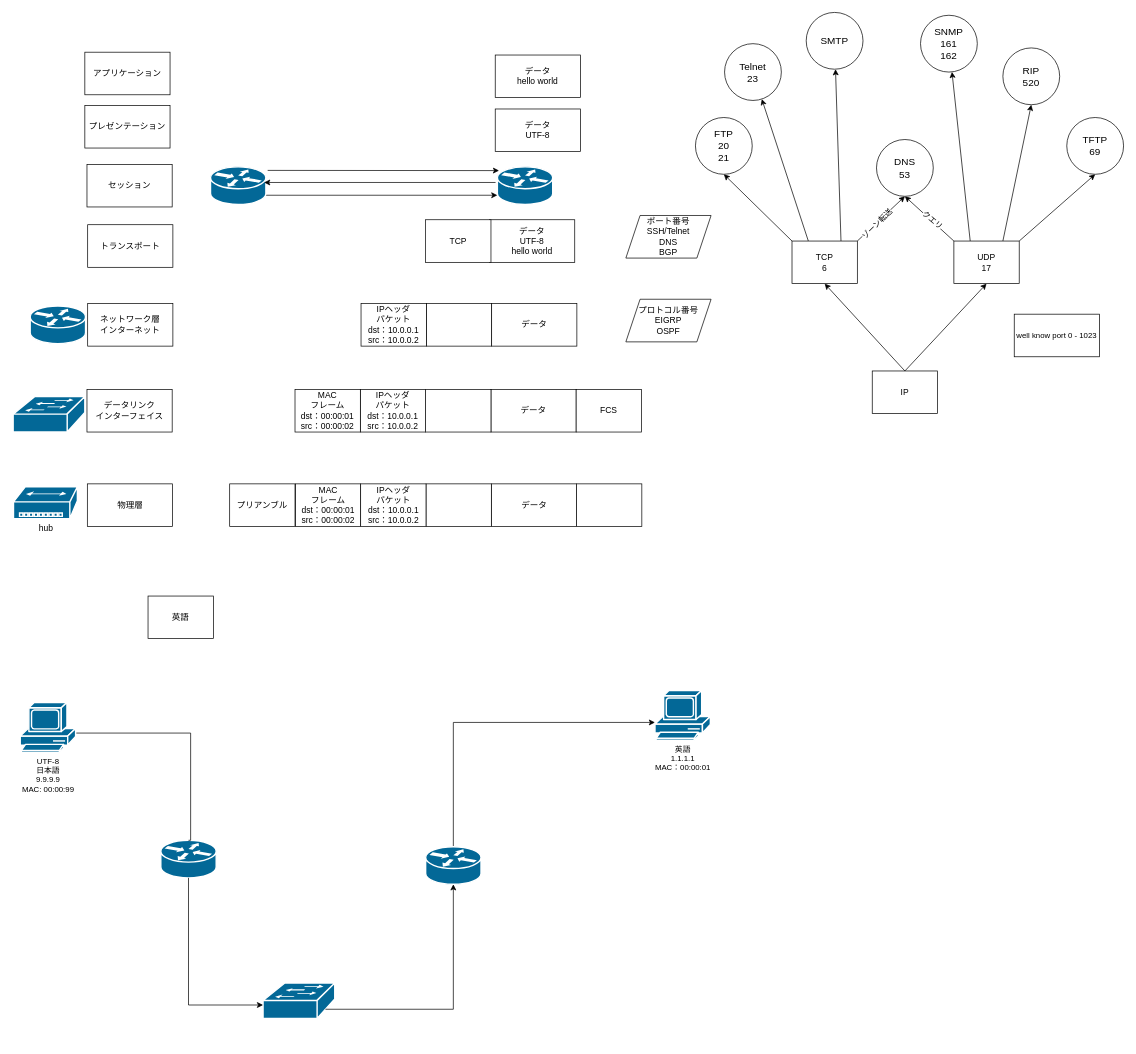
kyforprogram/ccna keeps this draw.io diagram as カプセル化（フレーミング）.drawio. Above is the earlier version. Source tidied: cells renumbered, new cells numbered last; positions are measured from the earlier drawing's top-left corner, leaving out a move shared by most shapes. Both pictures are drawn from the tidied source at 71%, with x=0, y=0 at pixel (13, 12).
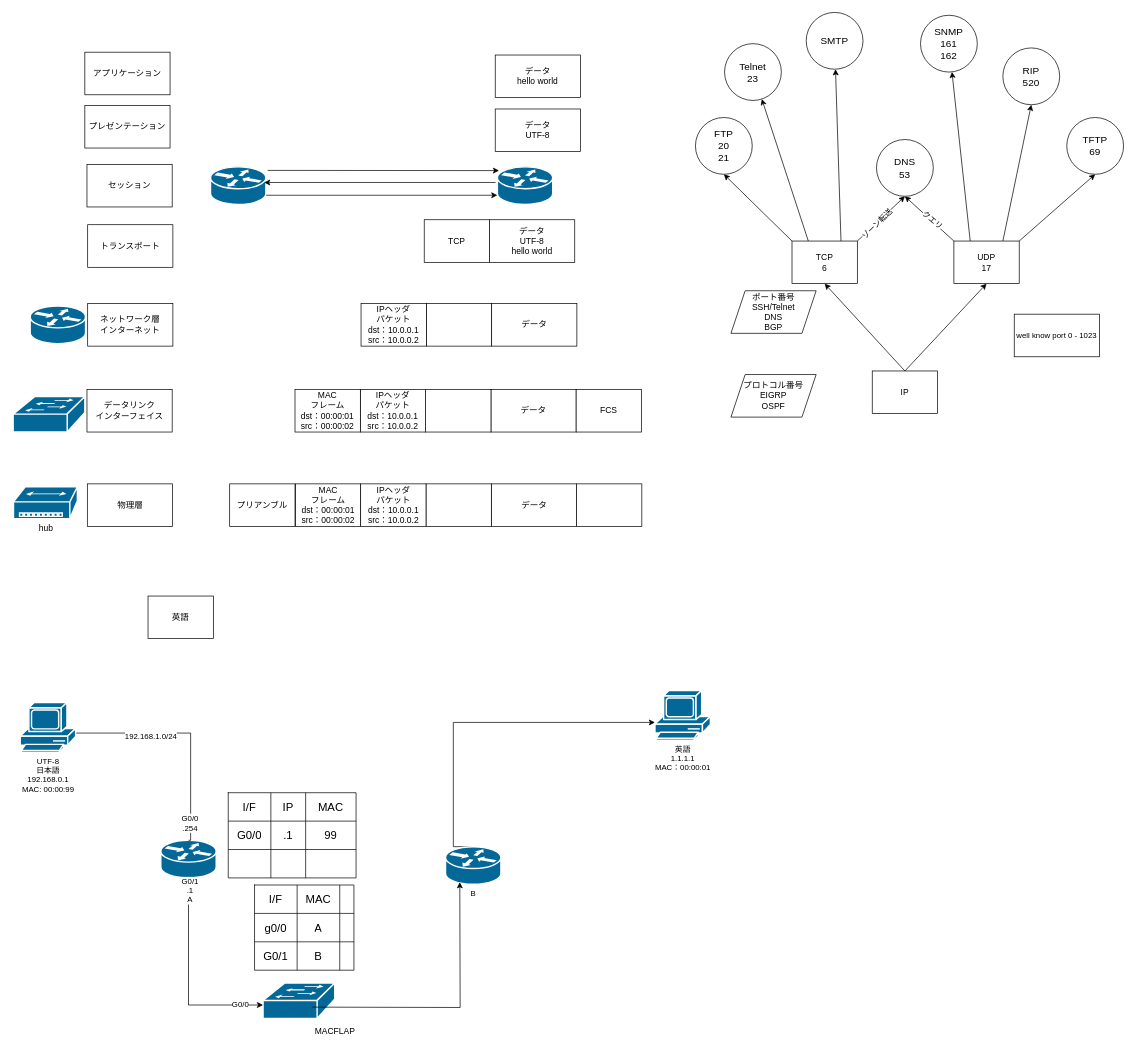
After the change.

Commit message:
カプセル化（フレーミング）.drawio を更新します

The change refers to these unchanged cells:
```xml
<mxCell id="57" style="edgeStyle=orthogonalEdgeStyle;rounded=0;jettySize=auto;html=1;exitX=0.5;exitY=0;exitDx=0;exitDy=0;exitPerimeter=0;strokeColor=default;align=center;verticalAlign=middle;fontFamily=Helvetica;fontSize=11;fontColor=default;labelBackgroundColor=default;endArrow=none;endFill=0;entryX=0.5;entryY=0;entryDx=0;entryDy=0;entryPerimeter=0;" parent="1" edge="1" source="58" target="54">
  <mxGeometry relative="1" as="geometry">
    <Array as="points">
      <mxPoint x="50" y="972" />
      <mxPoint x="50" y="1015" />
      <mxPoint x="250" y="1015" />
      <mxPoint x="250" y="1166" />
    </Array>
  </mxGeometry>
</mxCell>
<mxCell id="60" style="shape=mxgraph.cisco.switches.workgroup_switch;sketch=0;html=1;dashed=0;fillColor=#036897;strokeColor=#ffffff;strokeWidth=2;verticalLabelPosition=bottom;verticalAlign=top;align=center;outlineConnect=0;fontFamily=Helvetica;fontSize=11;fontColor=default;" parent="1" vertex="1">
  <mxGeometry x="352" y="1367" width="101" height="50" as="geometry" />
</mxCell>
<mxCell id="61" style="edgeStyle=orthogonalEdgeStyle;rounded=0;jettySize=auto;html=1;exitX=0.5;exitY=1;exitDx=0;exitDy=0;exitPerimeter=0;strokeColor=default;align=center;verticalAlign=middle;fontFamily=Helvetica;fontSize=11;fontColor=default;labelBackgroundColor=default;endArrow=classic;" parent="1" edge="1" source="54" target="60">
  <mxGeometry relative="1" as="geometry">
    <Array as="points">
      <mxPoint x="247" y="1398" />
    </Array>
  </mxGeometry>
</mxCell>
```

Change to the diagram source:
```diff
@@
     <mxCell id="4" value="TCP" style="whiteSpace=wrap;html=1;" parent="1" vertex="1">
-      <mxGeometry x="581" y="292" width="92" height="60" as="geometry" />
+      <mxGeometry x="579" y="292" width="92" height="60" as="geometry" />
     </mxCell>
@@
     <mxCell id="27" value="プロトコル番号&lt;br&gt;EIGRP&lt;br&gt;OSPF" style="shape=parallelogram;perimeter=parallelogramPerimeter;whiteSpace=wrap;html=1;fixedSize=1;" parent="1" vertex="1">
-      <mxGeometry x="863" y="404" width="120" height="60" as="geometry" />
+      <mxGeometry x="1011" y="510" width="120" height="60" as="geometry" />
     </mxCell>
     <mxCell id="28" value="ポート番号&lt;br&gt;SSH/Telnet&lt;br&gt;DNS&lt;br&gt;BGP" style="shape=parallelogram;perimeter=parallelogramPerimeter;whiteSpace=wrap;html=1;fixedSize=1;" parent="1" vertex="1">
-      <mxGeometry x="863" y="286" width="120" height="60" as="geometry" />
+      <mxGeometry x="1011" y="392" width="120" height="60" as="geometry" />
     </mxCell>
@@
-    <mxCell id="56" style="shape=mxgraph.cisco.routers.router;sketch=0;html=1;dashed=0;fillColor=#036897;strokeColor=#ffffff;strokeWidth=2;verticalLabelPosition=bottom;verticalAlign=top;align=center;outlineConnect=0;fontFamily=Helvetica;fontSize=11;fontColor=default;" parent="1" vertex="1">
-      <mxGeometry x="581" y="1175" width="78" height="53" as="geometry" />
+    <mxCell id="56" value="&lt;div&gt;B&lt;/div&gt;&lt;div&gt;&lt;br&gt;&lt;/div&gt;" style="shape=mxgraph.cisco.routers.router;sketch=0;html=1;dashed=0;fillColor=#036897;strokeColor=#ffffff;strokeWidth=2;verticalLabelPosition=bottom;verticalAlign=top;align=center;outlineConnect=0;fontFamily=Helvetica;fontSize=11;fontColor=default;" parent="1" vertex="1">
+      <mxGeometry x="609" y="1175" width="78" height="53" as="geometry" />
     </mxCell>
@@
+    <mxCell id="70" value="G0/0&lt;div&gt;.254&lt;/div&gt;" style="edgeLabel;html=1;align=center;verticalAlign=middle;" parent="57" vertex="1">
+      <mxGeometry x="0.86" y="-2" relative="1" as="geometry" />
+    </mxCell>
+    <mxCell id="71" value="192.168.1.0/24" style="edgeLabel;html=1;align=center;verticalAlign=middle;" parent="57" vertex="1">
+      <mxGeometry x="-0.06" y="-4" relative="1" as="geometry" />
+    </mxCell>
-    <mxCell id="58" value="UTF-8&lt;div&gt;日本語&lt;/div&gt;&lt;div&gt;9.9.9.9&lt;br&gt;MAC: 00:00:99&lt;/div&gt;" style="shape=mxgraph.cisco.computers_and_peripherals.pc;sketch=0;html=1;dashed=0;fillColor=#036897;strokeColor=#ffffff;strokeWidth=2;verticalLabelPosition=bottom;verticalAlign=top;align=center;outlineConnect=0;fontFamily=Helvetica;fontSize=11;fontColor=default;" parent="1" vertex="1">
+    <mxCell id="58" value="UTF-8&lt;div&gt;日本語&lt;/div&gt;&lt;div&gt;192.168.0.1&lt;br&gt;MAC: 00:00:99&lt;/div&gt;" style="shape=mxgraph.cisco.computers_and_peripherals.pc;sketch=0;html=1;dashed=0;fillColor=#036897;strokeColor=#ffffff;strokeWidth=2;verticalLabelPosition=bottom;verticalAlign=top;align=center;outlineConnect=0;fontFamily=Helvetica;fontSize=11;fontColor=default;" parent="1" vertex="1">
       <mxGeometry x="10" y="972" width="78" height="70" as="geometry" />
     </mxCell>
@@
+    <mxCell id="72" value="G0/1&lt;div&gt;.1&lt;/div&gt;&lt;div&gt;A&lt;/div&gt;" style="edgeLabel;html=1;align=center;verticalAlign=middle;" parent="61" vertex="1">
+      <mxGeometry x="-0.88" y="1" relative="1" as="geometry" />
+    </mxCell>
+    <mxCell id="73" value="G0/0" style="edgeLabel;html=1;align=center;verticalAlign=middle;" parent="61" vertex="1">
+      <mxGeometry x="0.77" y="1" relative="1" as="geometry" />
+    </mxCell>
@@
-    <mxCell id="69" style="edgeStyle=orthogonalEdgeStyle;rounded=0;jettySize=auto;html=1;exitX=0.87;exitY=0.74;exitDx=0;exitDy=0;exitPerimeter=0;entryX=0.5;entryY=1;entryDx=0;entryDy=0;entryPerimeter=0;strokeColor=default;align=center;verticalAlign=middle;fontFamily=Helvetica;fontSize=11;fontColor=default;labelBackgroundColor=default;endArrow=classic;" parent="1" edge="1" source="60" target="56">
-      <mxGeometry relative="1" as="geometry" />
+    <mxCell id="69" style="edgeStyle=orthogonalEdgeStyle;rounded=0;orthogonalLoop=1;jettySize=auto;html=1;exitX=0.87;exitY=0.74;exitDx=0;exitDy=0;exitPerimeter=0;entryX=0.5;entryY=1;entryDx=0;entryDy=0;entryPerimeter=0;strokeColor=default;align=center;verticalAlign=middle;fontFamily=Helvetica;fontSize=11;fontColor=default;labelBackgroundColor=default;endArrow=classic;" parent="1" edge="1">
+      <mxGeometry relative="1" as="geometry">
+        <mxPoint x="421" y="1401" as="sourcePoint" />
+        <mxPoint x="629.1" y="1225" as="targetPoint" />
+      </mxGeometry>
     </mxCell>
+    <mxCell id="74" style="shape=table;startSize=0;childLayout=tableLayout;fontSize=16;" parent="1" vertex="1">
+      <mxGeometry x="303" y="1099" width="180" height="120" as="geometry" />
+    </mxCell>
+    <mxCell id="75" style="shape=tableRow;horizontal=0;startSize=0;swimlaneHead=0;swimlaneBody=0;strokeColor=inherit;top=0;left=0;bottom=0;right=0;fillColor=none;fontSize=16;" parent="74" vertex="1">
+      <mxGeometry width="180" height="40" as="geometry" />
+    </mxCell>
+    <mxCell id="76" value="I/F" style="shape=partialRectangle;html=1;whiteSpace=wrap;strokeColor=inherit;overflow=hidden;fillColor=none;top=0;left=0;bottom=0;right=0;fontSize=16;" parent="75" vertex="1">
+      <mxGeometry width="60" height="40" as="geometry" />
+    </mxCell>
+    <mxCell id="77" value="IP" style="shape=partialRectangle;html=1;whiteSpace=wrap;strokeColor=inherit;overflow=hidden;fillColor=none;top=0;left=0;bottom=0;right=0;fontSize=16;" parent="75" vertex="1">
+      <mxGeometry x="60" width="49" height="40" as="geometry" />
+    </mxCell>
+    <mxCell id="78" value="MAC" style="shape=partialRectangle;html=1;whiteSpace=wrap;strokeColor=inherit;overflow=hidden;fillColor=none;top=0;left=0;bottom=0;right=0;fontSize=16;" parent="75" vertex="1">
+      <mxGeometry x="109" width="71" height="40" as="geometry" />
+    </mxCell>
+    <mxCell id="79" style="shape=tableRow;horizontal=0;startSize=0;swimlaneHead=0;swimlaneBody=0;strokeColor=inherit;top=0;left=0;bottom=0;right=0;fillColor=none;fontSize=16;" parent="74" vertex="1">
+      <mxGeometry y="40" width="180" height="40" as="geometry" />
+    </mxCell>
+    <mxCell id="80" value="G0/0" style="shape=partialRectangle;html=1;whiteSpace=wrap;strokeColor=inherit;overflow=hidden;fillColor=none;top=0;left=0;bottom=0;right=0;fontSize=16;" parent="79" vertex="1">
+      <mxGeometry width="60" height="40" as="geometry" />
+    </mxCell>
+    <mxCell id="81" value=".1" style="shape=partialRectangle;html=1;whiteSpace=wrap;strokeColor=inherit;overflow=hidden;fillColor=none;top=0;left=0;bottom=0;right=0;fontSize=16;" parent="79" vertex="1">
+      <mxGeometry x="60" width="49" height="40" as="geometry" />
+    </mxCell>
+    <mxCell id="82" value="99" style="shape=partialRectangle;html=1;whiteSpace=wrap;strokeColor=inherit;overflow=hidden;fillColor=none;top=0;left=0;bottom=0;right=0;fontSize=16;" parent="79" vertex="1">
+      <mxGeometry x="109" width="71" height="40" as="geometry" />
+    </mxCell>
+    <mxCell id="83" style="shape=tableRow;horizontal=0;startSize=0;swimlaneHead=0;swimlaneBody=0;strokeColor=inherit;top=0;left=0;bottom=0;right=0;fillColor=none;fontSize=16;" parent="74" vertex="1">
+      <mxGeometry y="80" width="180" height="40" as="geometry" />
+    </mxCell>
+    <mxCell id="84" style="shape=partialRectangle;html=1;whiteSpace=wrap;strokeColor=inherit;overflow=hidden;fillColor=none;top=0;left=0;bottom=0;right=0;fontSize=16;" parent="83" vertex="1">
+      <mxGeometry width="60" height="40" as="geometry" />
+    </mxCell>
+    <mxCell id="85" style="shape=partialRectangle;html=1;whiteSpace=wrap;strokeColor=inherit;overflow=hidden;fillColor=none;top=0;left=0;bottom=0;right=0;fontSize=16;" parent="83" vertex="1">
+      <mxGeometry x="60" width="49" height="40" as="geometry" />
+    </mxCell>
+    <mxCell id="86" style="shape=partialRectangle;html=1;whiteSpace=wrap;strokeColor=inherit;overflow=hidden;fillColor=none;top=0;left=0;bottom=0;right=0;fontSize=16;" parent="83" vertex="1">
+      <mxGeometry x="109" width="71" height="40" as="geometry" />
+    </mxCell>
+    <mxCell id="87" style="shape=table;startSize=0;childLayout=tableLayout;fontSize=16;" parent="1" vertex="1">
+      <mxGeometry x="340" y="1229" width="140" height="120" as="geometry" />
+    </mxCell>
+    <mxCell id="88" style="shape=tableRow;horizontal=0;startSize=0;swimlaneHead=0;swimlaneBody=0;strokeColor=inherit;top=0;left=0;bottom=0;right=0;fillColor=none;fontSize=16;" parent="87" vertex="1">
+      <mxGeometry width="140" height="40" as="geometry" />
+    </mxCell>
+    <mxCell id="89" value="I/F" style="shape=partialRectangle;html=1;whiteSpace=wrap;strokeColor=inherit;overflow=hidden;fillColor=none;top=0;left=0;bottom=0;right=0;fontSize=16;" parent="88" vertex="1">
+      <mxGeometry width="60" height="40" as="geometry" />
+    </mxCell>
+    <mxCell id="90" value="MAC" style="shape=partialRectangle;html=1;whiteSpace=wrap;strokeColor=inherit;overflow=hidden;fillColor=none;top=0;left=0;bottom=0;right=0;fontSize=16;" parent="88" vertex="1">
+      <mxGeometry x="60" width="60" height="40" as="geometry" />
+    </mxCell>
+    <mxCell id="91" style="shape=partialRectangle;html=1;whiteSpace=wrap;strokeColor=inherit;overflow=hidden;fillColor=none;top=0;left=0;bottom=0;right=0;fontSize=16;" parent="88" vertex="1">
+      <mxGeometry x="120" width="20" height="40" as="geometry" />
+    </mxCell>
+    <mxCell id="92" style="shape=tableRow;horizontal=0;startSize=0;swimlaneHead=0;swimlaneBody=0;strokeColor=inherit;top=0;left=0;bottom=0;right=0;fillColor=none;fontSize=16;" parent="87" vertex="1">
+      <mxGeometry y="40" width="140" height="40" as="geometry" />
+    </mxCell>
+    <mxCell id="93" value="g0/0" style="shape=partialRectangle;html=1;whiteSpace=wrap;strokeColor=inherit;overflow=hidden;fillColor=none;top=0;left=0;bottom=0;right=0;fontSize=16;" parent="92" vertex="1">
+      <mxGeometry width="60" height="40" as="geometry" />
+    </mxCell>
+    <mxCell id="94" value="A" style="shape=partialRectangle;html=1;whiteSpace=wrap;strokeColor=inherit;overflow=hidden;fillColor=none;top=0;left=0;bottom=0;right=0;fontSize=16;" parent="92" vertex="1">
+      <mxGeometry x="60" width="60" height="40" as="geometry" />
+    </mxCell>
+    <mxCell id="95" style="shape=partialRectangle;html=1;whiteSpace=wrap;strokeColor=inherit;overflow=hidden;fillColor=none;top=0;left=0;bottom=0;right=0;fontSize=16;" parent="92" vertex="1">
+      <mxGeometry x="120" width="20" height="40" as="geometry" />
+    </mxCell>
+    <mxCell id="96" style="shape=tableRow;horizontal=0;startSize=0;swimlaneHead=0;swimlaneBody=0;strokeColor=inherit;top=0;left=0;bottom=0;right=0;fillColor=none;fontSize=16;" parent="87" vertex="1">
+      <mxGeometry y="80" width="140" height="40" as="geometry" />
+    </mxCell>
+    <mxCell id="97" value="G0/1" style="shape=partialRectangle;html=1;whiteSpace=wrap;strokeColor=inherit;overflow=hidden;fillColor=none;top=0;left=0;bottom=0;right=0;fontSize=16;" parent="96" vertex="1">
+      <mxGeometry width="60" height="40" as="geometry" />
+    </mxCell>
+    <mxCell id="98" value="B" style="shape=partialRectangle;html=1;whiteSpace=wrap;strokeColor=inherit;overflow=hidden;fillColor=none;top=0;left=0;bottom=0;right=0;fontSize=16;" parent="96" vertex="1">
+      <mxGeometry x="60" width="60" height="40" as="geometry" />
+    </mxCell>
+    <mxCell id="99" style="shape=partialRectangle;html=1;whiteSpace=wrap;strokeColor=inherit;overflow=hidden;fillColor=none;top=0;left=0;bottom=0;right=0;fontSize=16;" parent="96" vertex="1">
+      <mxGeometry x="120" width="20" height="40" as="geometry" />
+    </mxCell>
+    <mxCell id="100" value="MACFLAP" style="text;html=1;align=center;verticalAlign=middle;strokeColor=none;fillColor=none;" parent="1" vertex="1">
+      <mxGeometry x="415" y="1423" width="75" height="26" as="geometry" />
+    </mxCell>
```
